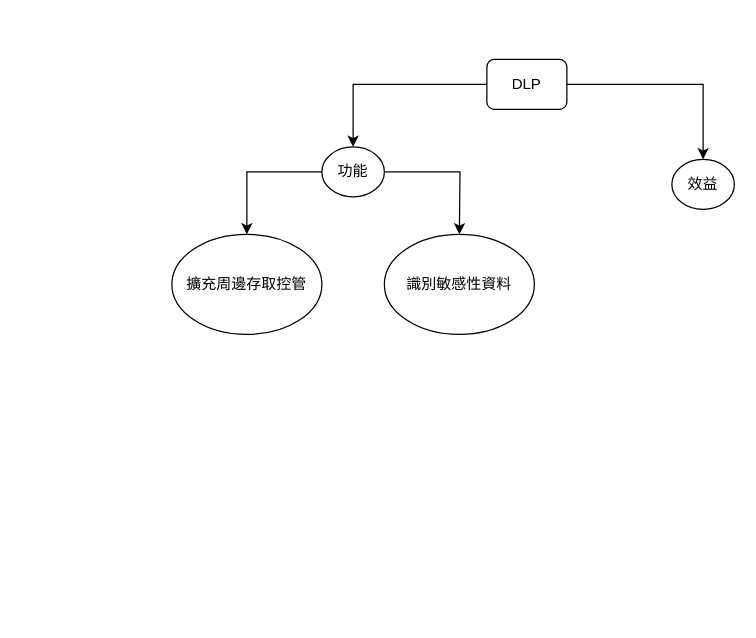
Earlier version of the draw.io diagram DLP.drawio (hcyhill/ZerOne). Source tidied: cells renumbered, new cells numbered last; positions are measured from the earlier drawing's top-left corner, leaving out a move shared by most shapes. Both pictures are drawn from the tidied source at 125%, with x=0, y=0 at pixel (171, 59).
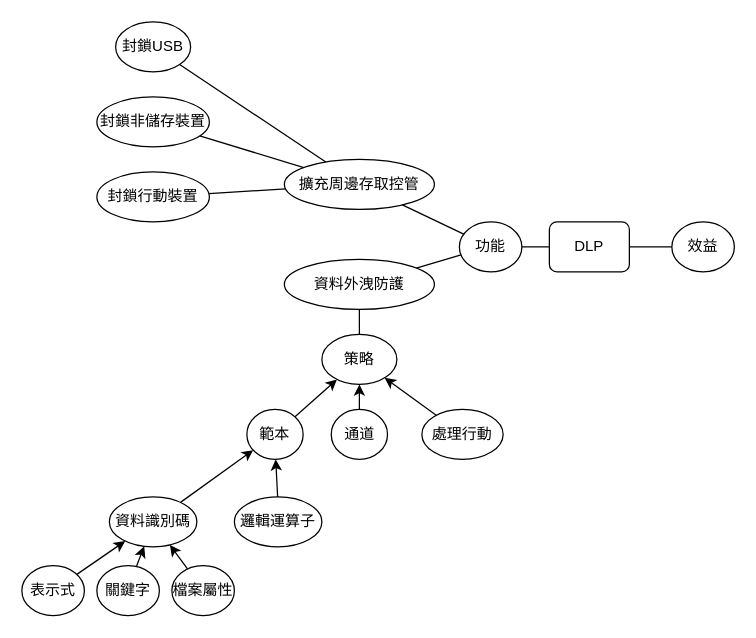
The same diagram, later.

Diff of the diagram source:
```diff
@@
-    <mxCell id="2" style="edgeStyle=orthogonalEdgeStyle;rounded=0;jettySize=auto;html=1;exitX=0;exitY=0.5;exitDx=0;exitDy=0;entryX=0.5;entryY=0;entryDx=0;entryDy=0;" parent="1" edge="1" source="4" target="7">
-      <mxGeometry relative="1" as="geometry" />
-    </mxCell>
-    <mxCell id="3" style="edgeStyle=orthogonalEdgeStyle;rounded=0;jettySize=auto;html=1;exitX=1;exitY=0.5;exitDx=0;exitDy=0;entryX=0.5;entryY=0;entryDx=0;entryDy=0;" parent="1" edge="1" source="4" target="8">
-      <mxGeometry relative="1" as="geometry" />
-    </mxCell>
     <mxCell id="4" value="DLP" style="rounded=1;whiteSpace=wrap;html=1;" parent="1" vertex="1">
-      <mxGeometry x="252" width="64" height="40" as="geometry" />
+      <mxGeometry x="302" y="130" width="64" height="40" as="geometry" />
     </mxCell>
-    <mxCell id="5" style="edgeStyle=orthogonalEdgeStyle;rounded=0;jettySize=auto;html=1;" parent="1" edge="1" source="7">
-      <mxGeometry relative="1" as="geometry">
-        <mxPoint x="230" y="140" as="targetPoint" />
-      </mxGeometry>
-    </mxCell>
-    <mxCell id="6" style="edgeStyle=orthogonalEdgeStyle;rounded=0;jettySize=auto;html=1;exitX=0;exitY=0.5;exitDx=0;exitDy=0;entryX=0.5;entryY=0;entryDx=0;entryDy=0;" parent="1" edge="1" source="7" target="9">
-      <mxGeometry relative="1" as="geometry" />
-    </mxCell>
     <mxCell id="7" value="功能" style="ellipse;whiteSpace=wrap;html=1;" parent="1" vertex="1">
-      <mxGeometry x="120" y="70" width="50" height="40" as="geometry" />
+      <mxGeometry x="230" y="130" width="50" height="40" as="geometry" />
     </mxCell>
     <mxCell id="8" value="效益" style="ellipse;whiteSpace=wrap;html=1;" parent="1" vertex="1">
-      <mxGeometry x="400" y="80" width="50" height="40" as="geometry" />
+      <mxGeometry x="400" y="130" width="50" height="40" as="geometry" />
     </mxCell>
     <mxCell id="9" value="擴充周邊存取控管" style="ellipse;whiteSpace=wrap;html=1;" parent="1" vertex="1">
-      <mxGeometry y="140" width="120" height="80" as="geometry" />
+      <mxGeometry x="90" y="80" width="120" height="40" as="geometry" />
     </mxCell>
-    <mxCell id="10" value="識別敏感性資料" style="ellipse;whiteSpace=wrap;html=1;" parent="1" vertex="1">
-      <mxGeometry x="170" y="140" width="120" height="80" as="geometry" />
+    <mxCell id="10" value="&lt;div&gt;資料外洩防護&lt;/div&gt;" style="ellipse;whiteSpace=wrap;html=1;" parent="1" vertex="1">
+      <mxGeometry x="90" y="160" width="120" height="40" as="geometry" />
     </mxCell>
+    <mxCell id="11" value="封鎖USB" style="ellipse;whiteSpace=wrap;html=1;" parent="1" vertex="1">
+      <mxGeometry x="-45" y="-30" width="60" height="40" as="geometry" />
+    </mxCell>
+    <mxCell id="12" value="封鎖行動裝置" style="ellipse;whiteSpace=wrap;html=1;" parent="1" vertex="1">
+      <mxGeometry x="-60" y="90" width="90" height="40" as="geometry" />
+    </mxCell>
+    <mxCell id="13" value="封鎖非儲存裝置" style="ellipse;whiteSpace=wrap;html=1;" parent="1" vertex="1">
+      <mxGeometry x="-60" y="30" width="90" height="40" as="geometry" />
+    </mxCell>
+    <mxCell id="14" style="endArrow=none;html=1;rounded=0;" parent="1" edge="1" source="12" target="9">
+      <mxGeometry relative="1" as="geometry" />
+    </mxCell>
+    <mxCell id="15" style="endArrow=none;html=1;rounded=0;" parent="1" edge="1" source="13" target="9">
+      <mxGeometry relative="1" as="geometry" />
+    </mxCell>
+    <mxCell id="16" style="endArrow=none;html=1;rounded=0;" parent="1" edge="1" source="11" target="9">
+      <mxGeometry relative="1" as="geometry" />
+    </mxCell>
+    <mxCell id="6" style="endArrow=none;html=1;rounded=0;" parent="1" edge="1" source="7" target="9">
+      <mxGeometry relative="1" as="geometry" />
+    </mxCell>
+    <mxCell id="17" style="endArrow=none;html=1;rounded=0;" parent="1" edge="1" source="7" target="10">
+      <mxGeometry relative="1" as="geometry" />
+    </mxCell>
+    <mxCell id="18" style="endArrow=none;html=1;rounded=0;" parent="1" edge="1" source="7" target="4">
+      <mxGeometry relative="1" as="geometry" />
+    </mxCell>
+    <mxCell id="19" style="endArrow=none;html=1;rounded=0;" parent="1" edge="1" source="8" target="4">
+      <mxGeometry relative="1" as="geometry" />
+    </mxCell>
+    <mxCell id="20" value="策略" style="ellipse;whiteSpace=wrap;html=1;" parent="1" vertex="1">
+      <mxGeometry x="120" y="220" width="60" height="40" as="geometry" />
+    </mxCell>
+    <mxCell id="21" value="資料識別碼" style="ellipse;whiteSpace=wrap;html=1;" parent="1" vertex="1">
+      <mxGeometry x="-50" y="350" width="70" height="40" as="geometry" />
+    </mxCell>
+    <mxCell id="22" style="edgeStyle=orthogonalEdgeStyle;rounded=0;jettySize=auto;html=1;exitX=0.5;exitY=0;exitDx=0;exitDy=0;entryX=0.5;entryY=1;entryDx=0;entryDy=0;" parent="1" edge="1" source="23" target="20">
+      <mxGeometry relative="1" as="geometry" />
+    </mxCell>
+    <mxCell id="23" value="通道" style="ellipse;whiteSpace=wrap;html=1;" parent="1" vertex="1">
+      <mxGeometry x="127.5" y="280" width="45" height="40" as="geometry" />
+    </mxCell>
+    <mxCell id="24" value="範本" style="ellipse;whiteSpace=wrap;html=1;" parent="1" vertex="1">
+      <mxGeometry x="60" y="280" width="45" height="40" as="geometry" />
+    </mxCell>
+    <mxCell id="25" value="處理行動" style="ellipse;whiteSpace=wrap;html=1;" parent="1" vertex="1">
+      <mxGeometry x="200" y="280" width="65" height="40" as="geometry" />
+    </mxCell>
+    <mxCell id="26" style="endArrow=classic;html=1;rounded=0;" parent="1" edge="1" source="24" target="20">
+      <mxGeometry relative="1" as="geometry" />
+    </mxCell>
+    <mxCell id="27" style="endArrow=classic;html=1;rounded=0;" parent="1" edge="1" source="25" target="20">
+      <mxGeometry relative="1" as="geometry" />
+    </mxCell>
+    <mxCell id="28" style="endArrow=none;html=1;rounded=0;" parent="1" edge="1" source="20" target="10">
+      <mxGeometry relative="1" as="geometry" />
+    </mxCell>
+    <mxCell id="29" style="endArrow=classic;html=1;rounded=0;" parent="1" edge="1" source="21" target="24">
+      <mxGeometry relative="1" as="geometry" />
+    </mxCell>
+    <mxCell id="30" value="邏輯運算子" style="ellipse;whiteSpace=wrap;html=1;" parent="1" vertex="1">
+      <mxGeometry x="50" y="350" width="70" height="40" as="geometry" />
+    </mxCell>
+    <mxCell id="31" style="endArrow=classic;html=1;rounded=0;" parent="1" edge="1" source="30" target="24">
+      <mxGeometry relative="1" as="geometry" />
+    </mxCell>
+    <mxCell id="32" value="表示式" style="ellipse;whiteSpace=wrap;html=1;" parent="1" vertex="1">
+      <mxGeometry x="-120" y="405" width="50" height="40" as="geometry" />
+    </mxCell>
+    <mxCell id="33" value="關鍵字" style="ellipse;whiteSpace=wrap;html=1;" parent="1" vertex="1">
+      <mxGeometry x="-60" y="405" width="50" height="40" as="geometry" />
+    </mxCell>
+    <mxCell id="34" value="檔案屬性" style="ellipse;whiteSpace=wrap;html=1;" parent="1" vertex="1">
+      <mxGeometry y="405" width="50" height="40" as="geometry" />
+    </mxCell>
+    <mxCell id="35" style="endArrow=classic;html=1;rounded=0;" parent="1" edge="1" source="32" target="21">
+      <mxGeometry relative="1" as="geometry" />
+    </mxCell>
+    <mxCell id="36" style="endArrow=classic;html=1;rounded=0;" parent="1" edge="1" source="33" target="21">
+      <mxGeometry relative="1" as="geometry" />
+    </mxCell>
+    <mxCell id="37" style="endArrow=classic;html=1;rounded=0;" parent="1" edge="1" source="34" target="21">
+      <mxGeometry relative="1" as="geometry" />
+    </mxCell>
```
